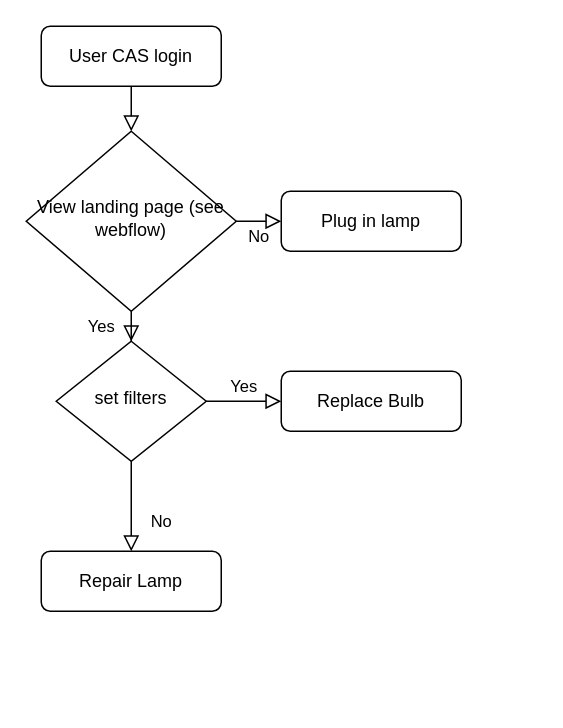
Earlier version of the draw.io diagram Untitled Diagram.drawio (rdondero/tigermatch). Source tidied: cells renumbered, new cells numbered last; positions are measured from the earlier drawing's top-left corner, leaving out a move shared by most shapes. Both pictures are drawn from the tidied source at 150%, with x=0, y=0 at pixel (26, 26).
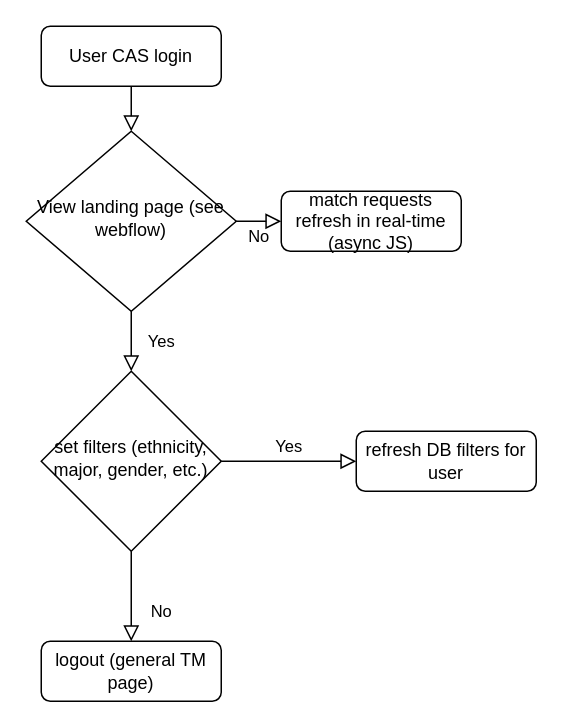
Above is the later version.

What changed in the source:
```diff
@@
 <mxGraphModel>
   <root>
     <mxCell id="0" />
     <mxCell id="1" parent="0" />
     <mxCell id="2" style="rounded=0;html=1;jettySize=auto;fontSize=11;endArrow=block;endFill=0;endSize=8;strokeWidth=1;shadow=0;labelBackgroundColor=none;edgeStyle=orthogonalEdgeStyle;" parent="1" edge="1" source="3" target="6">
       <mxGeometry relative="1" as="geometry" />
     </mxCell>
     <mxCell id="3" value="User CAS login" style="rounded=1;whiteSpace=wrap;html=1;fontSize=12;glass=0;strokeWidth=1;shadow=0;" parent="1" vertex="1">
       <mxGeometry x="10" width="120" height="40" as="geometry" />
     </mxCell>
     <mxCell id="4" value="Yes" style="rounded=0;html=1;jettySize=auto;fontSize=11;endArrow=block;endFill=0;endSize=8;strokeWidth=1;shadow=0;labelBackgroundColor=none;edgeStyle=orthogonalEdgeStyle;" parent="1" edge="1" source="6" target="10">
       <mxGeometry y="20" relative="1" as="geometry" />
     </mxCell>
     <mxCell id="5" value="No" style="edgeStyle=orthogonalEdgeStyle;rounded=0;html=1;jettySize=auto;fontSize=11;endArrow=block;endFill=0;endSize=8;strokeWidth=1;shadow=0;labelBackgroundColor=none;" parent="1" edge="1" source="6" target="7">
       <mxGeometry y="10" relative="1" as="geometry" />
     </mxCell>
     <mxCell id="6" value="View landing page (see webflow)" style="rhombus;whiteSpace=wrap;html=1;shadow=0;fontFamily=Helvetica;fontSize=12;align=center;strokeWidth=1;spacing=6;spacingTop=-4;" parent="1" vertex="1">
       <mxGeometry y="70" width="140" height="120" as="geometry" />
     </mxCell>
-    <mxCell id="7" value="Plug in lamp" style="rounded=1;whiteSpace=wrap;html=1;fontSize=12;glass=0;strokeWidth=1;shadow=0;" parent="1" vertex="1">
+    <mxCell id="7" value="match requests refresh in real-time (async JS)" style="rounded=1;whiteSpace=wrap;html=1;fontSize=12;glass=0;strokeWidth=1;shadow=0;" parent="1" vertex="1">
       <mxGeometry x="170" y="110" width="120" height="40" as="geometry" />
     </mxCell>
     <mxCell id="8" value="No" style="rounded=0;html=1;jettySize=auto;fontSize=11;endArrow=block;endFill=0;endSize=8;strokeWidth=1;shadow=0;labelBackgroundColor=none;edgeStyle=orthogonalEdgeStyle;" parent="1" edge="1" source="10" target="11">
       <mxGeometry x="0.33" y="20" relative="1" as="geometry" />
     </mxCell>
     <mxCell id="9" value="Yes" style="edgeStyle=orthogonalEdgeStyle;rounded=0;html=1;jettySize=auto;fontSize=11;endArrow=block;endFill=0;endSize=8;strokeWidth=1;shadow=0;labelBackgroundColor=none;" parent="1" edge="1" source="10" target="12">
       <mxGeometry y="10" relative="1" as="geometry" />
     </mxCell>
-    <mxCell id="10" value="set filters" style="rhombus;whiteSpace=wrap;html=1;shadow=0;fontFamily=Helvetica;fontSize=12;align=center;strokeWidth=1;spacing=6;spacingTop=-4;" parent="1" vertex="1">
-      <mxGeometry x="20" y="210" width="100" height="80" as="geometry" />
+    <mxCell id="10" value="set filters (ethnicity, major, gender, etc.)" style="rhombus;whiteSpace=wrap;html=1;shadow=0;fontFamily=Helvetica;fontSize=12;align=center;strokeWidth=1;spacing=6;spacingTop=-4;" parent="1" vertex="1">
+      <mxGeometry x="10" y="230" width="120" height="120" as="geometry" />
     </mxCell>
-    <mxCell id="11" value="Repair Lamp" style="rounded=1;whiteSpace=wrap;html=1;fontSize=12;glass=0;strokeWidth=1;shadow=0;" parent="1" vertex="1">
-      <mxGeometry x="10" y="350" width="120" height="40" as="geometry" />
+    <mxCell id="11" value="logout (general TM page)" style="rounded=1;whiteSpace=wrap;html=1;fontSize=12;glass=0;strokeWidth=1;shadow=0;" parent="1" vertex="1">
+      <mxGeometry x="10" y="410" width="120" height="40" as="geometry" />
     </mxCell>
-    <mxCell id="12" value="Replace Bulb" style="rounded=1;whiteSpace=wrap;html=1;fontSize=12;glass=0;strokeWidth=1;shadow=0;" parent="1" vertex="1">
-      <mxGeometry x="170" y="230" width="120" height="40" as="geometry" />
+    <mxCell id="12" value="refresh DB filters for user" style="rounded=1;whiteSpace=wrap;html=1;fontSize=12;glass=0;strokeWidth=1;shadow=0;" parent="1" vertex="1">
+      <mxGeometry x="220" y="270" width="120" height="40" as="geometry" />
     </mxCell>
   </root>
 </mxGraphModel>
```
